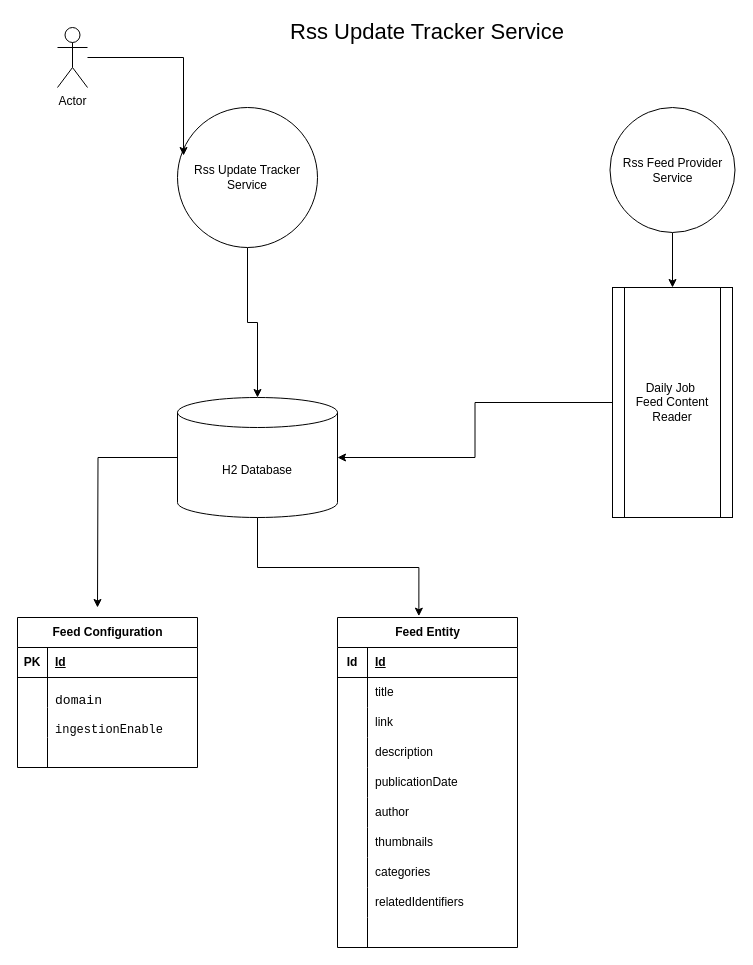
The draw.io diagram page "Design Flow" (1 of 2) of design/rss-tracker-service-draft-design-flow.drawio in hhovhann/rss-tracker-service, before the edit. Source tidied: cells renumbered, new cells numbered last; positions are measured from the earlier drawing's top-left corner, leaving out a move shared by most shapes. Both pictures are drawn from the tidied source at 100%, with x=0, y=0 at pixel (17, 17).
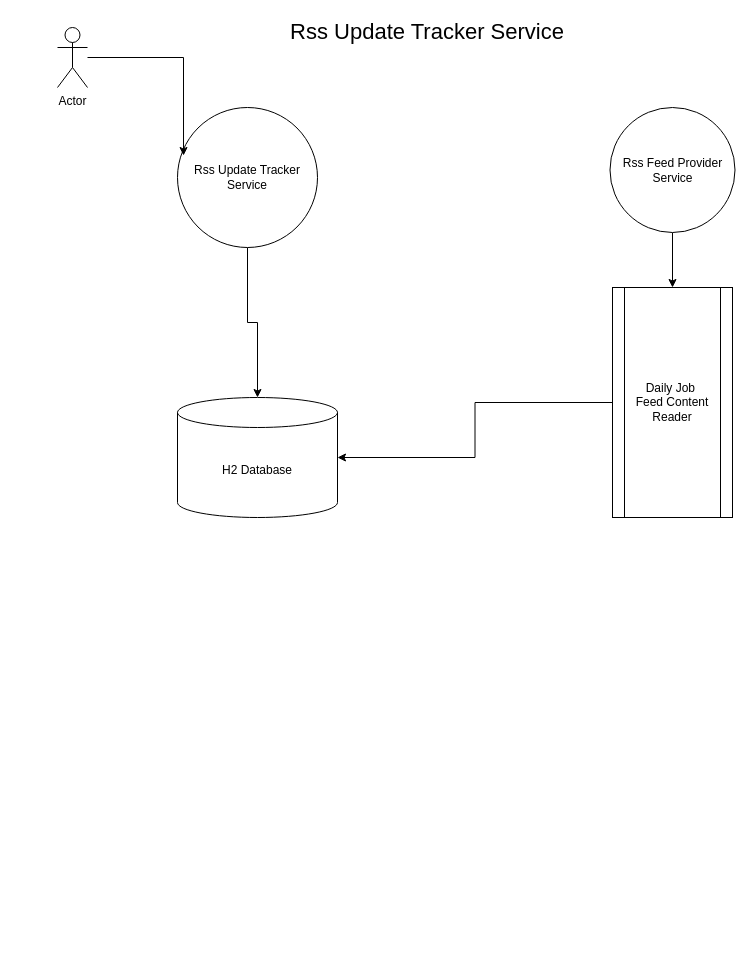
Above is the later version.

Commit message:
update design diagram

Unchanged cells that the change refers to:
```xml
<mxCell id="4" value="H2 Database" style="shape=cylinder3;whiteSpace=wrap;html=1;boundedLbl=1;backgroundOutline=1;size=15;" parent="1" vertex="1">
  <mxGeometry x="160" y="380" width="160" height="120" as="geometry" />
</mxCell>
```

What changed in the source:
```diff
@@
-    <mxCell id="3" style="edgeStyle=orthogonalEdgeStyle;rounded=0;jettySize=auto;html=1;" parent="1" edge="1" source="4">
-      <mxGeometry relative="1" as="geometry">
-        <mxPoint x="80" y="590" as="targetPoint" />
-      </mxGeometry>
-    </mxCell>
@@
-    <mxCell id="12" value="Feed Configuration&lt;br&gt;" style="shape=table;startSize=30;childLayout=tableLayout;rowLines=0;fontStyle=1;align=center;html=1;" parent="1" vertex="1">
-      <mxGeometry y="600" width="180" height="150" as="geometry" />
-    </mxCell>
-    <mxCell id="13" style="shape=tableRow;horizontal=0;startSize=0;swimlaneHead=0;swimlaneBody=0;fillColor=none;top=0;left=0;right=0;bottom=1;" parent="12" vertex="1">
-      <mxGeometry y="30" width="180" height="30" as="geometry" />
-    </mxCell>
-    <mxCell id="14" value="PK" style="shape=partialRectangle;fillColor=none;top=0;left=0;bottom=0;right=0;fontStyle=1;overflow=hidden;whiteSpace=wrap;html=1;" parent="13" vertex="1">
-      <mxGeometry width="30" height="30" as="geometry" />
-    </mxCell>
-    <mxCell id="15" value="Id" style="shape=partialRectangle;fillColor=none;top=0;left=0;bottom=0;right=0;align=left;spacingLeft=6;fontStyle=5;overflow=hidden;whiteSpace=wrap;html=1;" parent="13" vertex="1">
-      <mxGeometry x="30" width="150" height="30" as="geometry" />
-    </mxCell>
-    <mxCell id="16" style="shape=tableRow;horizontal=0;startSize=0;swimlaneHead=0;swimlaneBody=0;fillColor=none;top=0;left=0;right=0;bottom=0;" parent="12" vertex="1">
-      <mxGeometry y="60" width="180" height="30" as="geometry" />
-    </mxCell>
-    <mxCell id="17" style="shape=partialRectangle;fillColor=none;top=0;left=0;bottom=0;right=0;overflow=hidden;whiteSpace=wrap;html=1;" parent="16" vertex="1">
-      <mxGeometry width="30" height="30" as="geometry" />
-    </mxCell>
-    <mxCell id="18" value="&lt;div style=&quot;&quot;&gt;&lt;pre style=&quot;font-family: &amp;quot;JetBrains Mono&amp;quot;, monospace; font-size: 9.8pt;&quot;&gt;&lt;span style=&quot;background-color: rgb(255, 255, 255);&quot;&gt;domain&lt;/span&gt;&lt;/pre&gt;&lt;/div&gt;" style="shape=partialRectangle;fillColor=none;top=0;left=0;bottom=0;right=0;align=left;spacingLeft=6;overflow=hidden;whiteSpace=wrap;html=1;" parent="16" vertex="1">
-      <mxGeometry x="30" width="150" height="30" as="geometry" />
-    </mxCell>
-    <mxCell id="19" style="shape=tableRow;horizontal=0;startSize=0;swimlaneHead=0;swimlaneBody=0;fillColor=none;top=0;left=0;right=0;bottom=0;" parent="12" vertex="1">
-      <mxGeometry y="90" width="180" height="30" as="geometry" />
-    </mxCell>
-    <mxCell id="20" style="shape=partialRectangle;fillColor=none;top=0;left=0;bottom=0;right=0;overflow=hidden;whiteSpace=wrap;html=1;" parent="19" vertex="1">
-      <mxGeometry width="30" height="30" as="geometry" />
-    </mxCell>
-    <mxCell id="21" value="&lt;div style=&quot;&quot;&gt;&lt;pre style=&quot;&quot;&gt;&lt;font style=&quot;&quot; face=&quot;JetBrains Mono, monospace&quot;&gt;&lt;span style=&quot;background-color: rgb(255, 255, 255);&quot;&gt;ingestionEnable&lt;/span&gt;&lt;span style=&quot;background-color: rgb(43, 43, 43); color: rgb(169, 183, 198); font-size: 9.8pt;&quot;&gt;&lt;br&gt;&lt;/span&gt;&lt;/font&gt;&lt;/pre&gt;&lt;/div&gt;" style="shape=partialRectangle;fillColor=none;top=0;left=0;bottom=0;right=0;align=left;spacingLeft=6;overflow=hidden;whiteSpace=wrap;html=1;" parent="19" vertex="1">
-      <mxGeometry x="30" width="150" height="30" as="geometry" />
-    </mxCell>
-    <mxCell id="22" style="shape=tableRow;horizontal=0;startSize=0;swimlaneHead=0;swimlaneBody=0;fillColor=none;top=0;left=0;right=0;bottom=0;" parent="12" vertex="1">
-      <mxGeometry y="120" width="180" height="30" as="geometry" />
-    </mxCell>
-    <mxCell id="23" style="shape=partialRectangle;fillColor=none;top=0;left=0;bottom=0;right=0;overflow=hidden;whiteSpace=wrap;html=1;" parent="22" vertex="1">
-      <mxGeometry width="30" height="30" as="geometry" />
-    </mxCell>
-    <mxCell id="24" style="shape=partialRectangle;fillColor=none;top=0;left=0;bottom=0;right=0;align=left;spacingLeft=6;overflow=hidden;whiteSpace=wrap;html=1;" parent="22" vertex="1">
-      <mxGeometry x="30" width="150" height="30" as="geometry" />
-    </mxCell>
-    <mxCell id="25" value="Feed Entity" style="shape=table;startSize=30;childLayout=tableLayout;rowLines=0;fontStyle=1;align=center;html=1;" parent="1" vertex="1">
-      <mxGeometry x="320" y="600" width="180" height="330" as="geometry" />
-    </mxCell>
-    <mxCell id="26" style="shape=tableRow;horizontal=0;startSize=0;swimlaneHead=0;swimlaneBody=0;fillColor=none;top=0;left=0;right=0;bottom=1;" parent="25" vertex="1">
-      <mxGeometry y="30" width="180" height="30" as="geometry" />
-    </mxCell>
-    <mxCell id="27" value="Id" style="shape=partialRectangle;fillColor=none;top=0;left=0;bottom=0;right=0;fontStyle=1;overflow=hidden;whiteSpace=wrap;html=1;" parent="26" vertex="1">
-      <mxGeometry width="30" height="30" as="geometry" />
-    </mxCell>
-    <mxCell id="28" value="Id" style="shape=partialRectangle;fillColor=none;top=0;left=0;bottom=0;right=0;align=left;spacingLeft=6;fontStyle=5;overflow=hidden;whiteSpace=wrap;html=1;" parent="26" vertex="1">
-      <mxGeometry x="30" width="150" height="30" as="geometry" />
-    </mxCell>
-    <mxCell id="29" style="shape=tableRow;horizontal=0;startSize=0;swimlaneHead=0;swimlaneBody=0;fillColor=none;top=0;left=0;right=0;bottom=0;" parent="25" vertex="1">
-      <mxGeometry y="60" width="180" height="30" as="geometry" />
-    </mxCell>
-    <mxCell id="30" style="shape=partialRectangle;fillColor=none;top=0;left=0;bottom=0;right=0;overflow=hidden;whiteSpace=wrap;html=1;" parent="29" vertex="1">
-      <mxGeometry width="30" height="30" as="geometry" />
-    </mxCell>
-    <mxCell id="31" value="title" style="shape=partialRectangle;fillColor=none;top=0;left=0;bottom=0;right=0;align=left;spacingLeft=6;overflow=hidden;whiteSpace=wrap;html=1;" parent="29" vertex="1">
-      <mxGeometry x="30" width="150" height="30" as="geometry" />
-    </mxCell>
-    <mxCell id="32" style="shape=tableRow;horizontal=0;startSize=0;swimlaneHead=0;swimlaneBody=0;fillColor=none;top=0;left=0;right=0;bottom=0;" parent="25" vertex="1">
-      <mxGeometry y="90" width="180" height="30" as="geometry" />
-    </mxCell>
-    <mxCell id="33" style="shape=partialRectangle;fillColor=none;top=0;left=0;bottom=0;right=0;overflow=hidden;whiteSpace=wrap;html=1;" parent="32" vertex="1">
-      <mxGeometry width="30" height="30" as="geometry" />
-    </mxCell>
-    <mxCell id="34" value="link" style="shape=partialRectangle;fillColor=none;top=0;left=0;bottom=0;right=0;align=left;spacingLeft=6;overflow=hidden;whiteSpace=wrap;html=1;" parent="32" vertex="1">
-      <mxGeometry x="30" width="150" height="30" as="geometry" />
-    </mxCell>
-    <mxCell id="35" style="shape=tableRow;horizontal=0;startSize=0;swimlaneHead=0;swimlaneBody=0;fillColor=none;top=0;left=0;right=0;bottom=0;" parent="25" vertex="1">
-      <mxGeometry y="120" width="180" height="30" as="geometry" />
-    </mxCell>
-    <mxCell id="36" style="shape=partialRectangle;fillColor=none;top=0;left=0;bottom=0;right=0;overflow=hidden;whiteSpace=wrap;html=1;" parent="35" vertex="1">
-      <mxGeometry width="30" height="30" as="geometry" />
-    </mxCell>
-    <mxCell id="37" value="description" style="shape=partialRectangle;fillColor=none;top=0;left=0;bottom=0;right=0;align=left;spacingLeft=6;overflow=hidden;whiteSpace=wrap;html=1;" parent="35" vertex="1">
-      <mxGeometry x="30" width="150" height="30" as="geometry" />
-    </mxCell>
-    <mxCell id="38" style="shape=tableRow;horizontal=0;startSize=0;swimlaneHead=0;swimlaneBody=0;fillColor=none;top=0;left=0;right=0;bottom=0;" parent="25" vertex="1">
-      <mxGeometry y="150" width="180" height="30" as="geometry" />
-    </mxCell>
-    <mxCell id="39" style="shape=partialRectangle;fillColor=none;top=0;left=0;bottom=0;right=0;overflow=hidden;whiteSpace=wrap;html=1;" parent="38" vertex="1">
-      <mxGeometry width="30" height="30" as="geometry" />
-    </mxCell>
-    <mxCell id="40" value="publicationDate" style="shape=partialRectangle;fillColor=none;top=0;left=0;bottom=0;right=0;align=left;spacingLeft=6;overflow=hidden;whiteSpace=wrap;html=1;" parent="38" vertex="1">
-      <mxGeometry x="30" width="150" height="30" as="geometry" />
-    </mxCell>
-    <mxCell id="41" style="shape=tableRow;horizontal=0;startSize=0;swimlaneHead=0;swimlaneBody=0;fillColor=none;top=0;left=0;right=0;bottom=0;" parent="25" vertex="1">
-      <mxGeometry y="180" width="180" height="30" as="geometry" />
-    </mxCell>
-    <mxCell id="42" style="shape=partialRectangle;fillColor=none;top=0;left=0;bottom=0;right=0;overflow=hidden;whiteSpace=wrap;html=1;" parent="41" vertex="1">
-      <mxGeometry width="30" height="30" as="geometry" />
-    </mxCell>
-    <mxCell id="43" value="author" style="shape=partialRectangle;fillColor=none;top=0;left=0;bottom=0;right=0;align=left;spacingLeft=6;overflow=hidden;whiteSpace=wrap;html=1;" parent="41" vertex="1">
-      <mxGeometry x="30" width="150" height="30" as="geometry" />
-    </mxCell>
-    <mxCell id="44" style="shape=tableRow;horizontal=0;startSize=0;swimlaneHead=0;swimlaneBody=0;fillColor=none;top=0;left=0;right=0;bottom=0;" parent="25" vertex="1">
-      <mxGeometry y="210" width="180" height="30" as="geometry" />
-    </mxCell>
-    <mxCell id="45" style="shape=partialRectangle;fillColor=none;top=0;left=0;bottom=0;right=0;overflow=hidden;whiteSpace=wrap;html=1;" parent="44" vertex="1">
-      <mxGeometry width="30" height="30" as="geometry" />
-    </mxCell>
-    <mxCell id="46" value="thumbnails" style="shape=partialRectangle;fillColor=none;top=0;left=0;bottom=0;right=0;align=left;spacingLeft=6;overflow=hidden;whiteSpace=wrap;html=1;" parent="44" vertex="1">
-      <mxGeometry x="30" width="150" height="30" as="geometry" />
-    </mxCell>
-    <mxCell id="47" style="shape=tableRow;horizontal=0;startSize=0;swimlaneHead=0;swimlaneBody=0;fillColor=none;top=0;left=0;right=0;bottom=0;" parent="25" vertex="1">
-      <mxGeometry y="240" width="180" height="30" as="geometry" />
-    </mxCell>
-    <mxCell id="48" style="shape=partialRectangle;fillColor=none;top=0;left=0;bottom=0;right=0;overflow=hidden;whiteSpace=wrap;html=1;" parent="47" vertex="1">
-      <mxGeometry width="30" height="30" as="geometry" />
-    </mxCell>
-    <mxCell id="49" value="categories" style="shape=partialRectangle;fillColor=none;top=0;left=0;bottom=0;right=0;align=left;spacingLeft=6;overflow=hidden;whiteSpace=wrap;html=1;" parent="47" vertex="1">
-      <mxGeometry x="30" width="150" height="30" as="geometry" />
-    </mxCell>
-    <mxCell id="50" style="shape=tableRow;horizontal=0;startSize=0;swimlaneHead=0;swimlaneBody=0;fillColor=none;top=0;left=0;right=0;bottom=0;" parent="25" vertex="1">
-      <mxGeometry y="270" width="180" height="30" as="geometry" />
-    </mxCell>
-    <mxCell id="51" style="shape=partialRectangle;fillColor=none;top=0;left=0;bottom=0;right=0;overflow=hidden;whiteSpace=wrap;html=1;" parent="50" vertex="1">
-      <mxGeometry width="30" height="30" as="geometry" />
-    </mxCell>
-    <mxCell id="52" value="relatedIdentifiers" style="shape=partialRectangle;fillColor=none;top=0;left=0;bottom=0;right=0;align=left;spacingLeft=6;overflow=hidden;whiteSpace=wrap;html=1;" parent="50" vertex="1">
-      <mxGeometry x="30" width="150" height="30" as="geometry" />
-    </mxCell>
-    <mxCell id="53" style="shape=tableRow;horizontal=0;startSize=0;swimlaneHead=0;swimlaneBody=0;fillColor=none;top=0;left=0;right=0;bottom=0;" parent="25" vertex="1">
-      <mxGeometry y="300" width="180" height="30" as="geometry" />
-    </mxCell>
-    <mxCell id="54" style="shape=partialRectangle;fillColor=none;top=0;left=0;bottom=0;right=0;overflow=hidden;whiteSpace=wrap;html=1;" parent="53" vertex="1">
-      <mxGeometry width="30" height="30" as="geometry" />
-    </mxCell>
-    <mxCell id="55" style="shape=partialRectangle;fillColor=none;top=0;left=0;bottom=0;right=0;align=left;spacingLeft=6;overflow=hidden;whiteSpace=wrap;html=1;" parent="53" vertex="1">
-      <mxGeometry x="30" width="150" height="30" as="geometry" />
-    </mxCell>
-    <mxCell id="56" style="edgeStyle=orthogonalEdgeStyle;rounded=0;jettySize=auto;html=1;entryX=0.452;entryY=-0.004;entryDx=0;entryDy=0;entryPerimeter=0;" parent="1" edge="1" source="4" target="25">
-      <mxGeometry relative="1" as="geometry" />
-    </mxCell>
```
